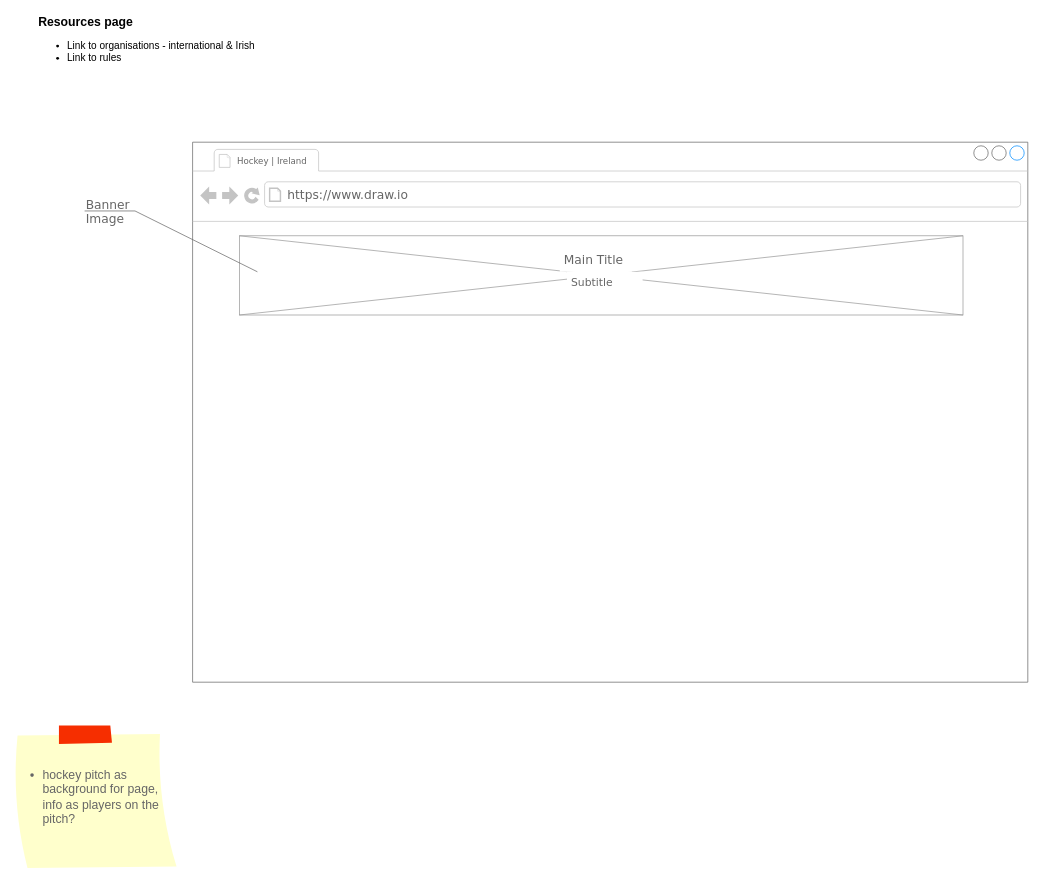
Above: page "resources.html" (3 of 3) of design/hockey_history_wireframe.drawio in ibuttimer/hockey-history (draw.io), before the change. Source tidied: cells renumbered, new cells numbered last; positions are measured from the earlier drawing's top-left corner, leaving out a move shared by most shapes. Both pictures are drawn from the tidied source at 72%, with x=0, y=0 at pixel (12, 12).
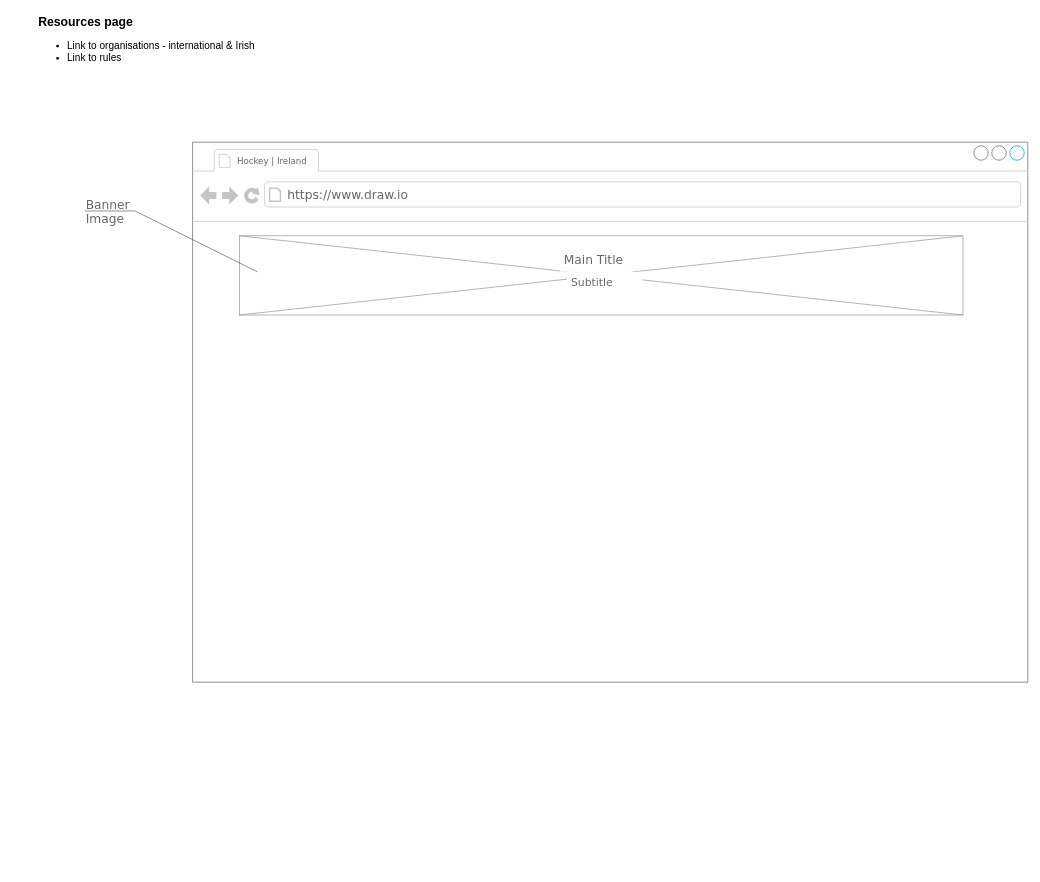
The same page after the edit.

The edit, as a diff of the source:
```diff
@@
 <mxGraphModel>
   <root>
     <mxCell id="0" />
     <mxCell id="1" parent="0" />
     <mxCell id="2" style="strokeWidth=1;shadow=0;dashed=0;align=center;html=1;shape=mxgraph.mockup.containers.browserWindow;rSize=0;strokeColor=none;strokeColor2=#008cff;strokeColor3=#c4c4c4;mainText=,;fontFamily=Verdana;" parent="1" vertex="1">
       <mxGeometry x="250" y="180" width="1160" height="750" as="geometry" />
     </mxCell>
     <mxCell id="3" value="&lt;font style=&quot;font-size: 12px&quot;&gt;Hockey | Ireland&lt;/font&gt;" style="strokeWidth=1;shadow=0;dashed=0;align=center;html=1;shape=mxgraph.mockup.containers.anchor;fontSize=17;fontColor=#666666;align=left;fontFamily=Verdana;" parent="2" vertex="1">
       <mxGeometry x="60" y="12" width="110" height="26" as="geometry" />
     </mxCell>
     <mxCell id="4" value="https://www.draw.io" style="strokeWidth=1;shadow=0;dashed=0;align=center;html=1;shape=mxgraph.mockup.containers.anchor;rSize=0;fontSize=17;fontColor=#666666;align=left;fontFamily=Verdana;" parent="2" vertex="1">
       <mxGeometry x="130" y="60" width="250" height="26" as="geometry" />
     </mxCell>
     <mxCell id="5" style="verticalLabelPosition=bottom;shadow=0;dashed=0;align=center;html=1;verticalAlign=top;strokeWidth=1;shape=mxgraph.mockup.graphics.simpleIcon;strokeColor=#999999;" parent="2" vertex="1">
       <mxGeometry x="65" y="130" width="1005" height="110" as="geometry" />
     </mxCell>
     <mxCell id="6" value="Main Title" style="strokeWidth=1;shadow=0;dashed=0;align=center;html=1;shape=mxgraph.mockup.text.textBox;fontColor=#666666;align=left;fontSize=17;spacingLeft=4;spacingTop=-3;strokeColor=none;mainText=;fontFamily=Verdana;" parent="2" vertex="1">
       <mxGeometry x="510" y="150" width="100" height="30" as="geometry" />
     </mxCell>
     <mxCell id="7" value="&lt;font style=&quot;font-size: 15px&quot;&gt;Subtitle&lt;/font&gt;" style="strokeWidth=1;shadow=0;dashed=0;align=center;html=1;shape=mxgraph.mockup.text.textBox;fontColor=#666666;align=left;fontSize=17;spacingLeft=4;spacingTop=-3;strokeColor=none;mainText=;fontFamily=Verdana;" parent="2" vertex="1">
       <mxGeometry x="520" y="180" width="105" height="30" as="geometry" />
     </mxCell>
     <mxCell id="8" value="Banner&lt;br&gt;Image" style="strokeWidth=1;shadow=0;dashed=0;align=center;html=1;shape=mxgraph.mockup.text.callout;linkText=;textSize=17;textColor=#666666;callDir=NW;callStyle=line;fontSize=17;fontColor=#666666;align=left;verticalAlign=top;strokeColor=#666666;fontFamily=Verdana;" parent="1" vertex="1">
       <mxGeometry x="100" y="250" width="240" height="110" as="geometry" />
     </mxCell>
     <mxCell id="9" value="&lt;b&gt;&lt;font color=&quot;#000000&quot;&gt;Resources page&lt;/font&gt;&lt;/b&gt;" style="strokeWidth=1;shadow=0;dashed=0;align=center;html=1;shape=mxgraph.mockup.text.textBox;fontColor=#666666;align=left;fontSize=17;spacingLeft=4;spacingTop=-3;strokeColor=none;mainText=;" parent="1" vertex="1">
       <mxGeometry x="30" width="150" height="30" as="geometry" />
     </mxCell>
     <mxCell id="10" value="&lt;ul style=&quot;font-size: 14px&quot;&gt;&lt;li&gt;Link to organisations - international&amp;nbsp;&amp;amp; Irish&lt;/li&gt;&lt;li&gt;Link to rules&lt;/li&gt;&lt;/ul&gt;" style="strokeWidth=1;shadow=0;dashed=0;align=center;html=1;shape=mxgraph.mockup.text.textBox;fontColor=#000000;align=left;fontSize=17;spacingLeft=4;spacingTop=-3;strokeColor=none;mainText=;" parent="1" vertex="1">
       <mxGeometry x="30" y="40" width="150" height="30" as="geometry" />
     </mxCell>
-    <mxCell id="11" value="&lt;ul&gt;&lt;li&gt;hockey pitch as background for page, info as players on the pitch?&lt;/li&gt;&lt;/ul&gt;" style="strokeWidth=1;shadow=0;dashed=0;align=left;html=1;shape=mxgraph.mockup.text.stickyNote2;fontColor=#666666;mainText=;fontSize=17;whiteSpace=wrap;fillColor=#ffffcc;strokeColor=#F62E00;" parent="1" vertex="1">
-      <mxGeometry y="990" width="230" height="200" as="geometry" />
-    </mxCell>
   </root>
 </mxGraphModel>
```
